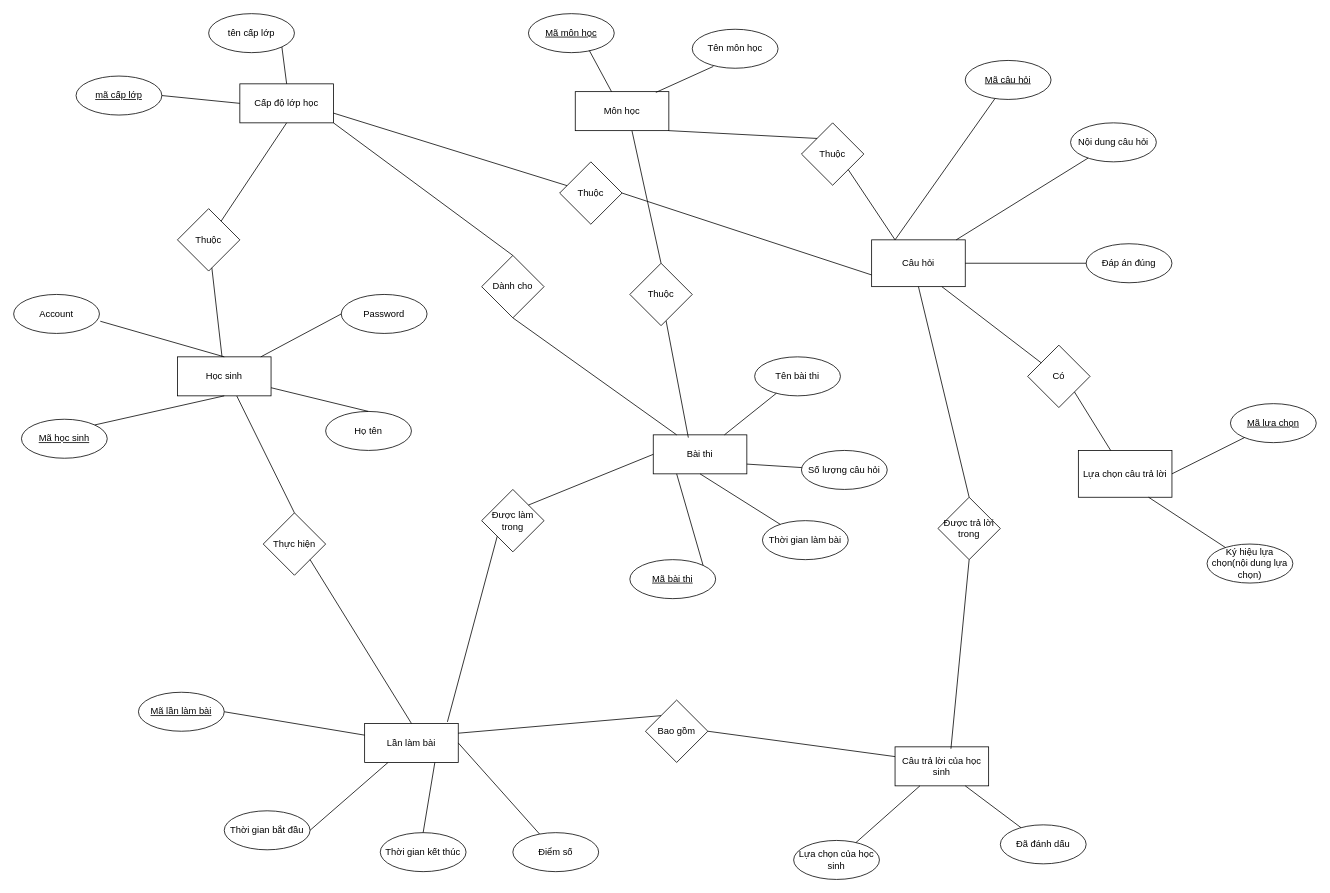
The draw.io diagram Ứng dụng thi trắc nghiệm.drawio in bomnguyen1907/draw_database, before the edit. Source tidied: cells renumbered, new cells numbered last; positions are measured from the earlier drawing's top-left corner, leaving out a move shared by most shapes. Both pictures are drawn from the tidied source at 78%, with x=0, y=0 at pixel (13, 13).
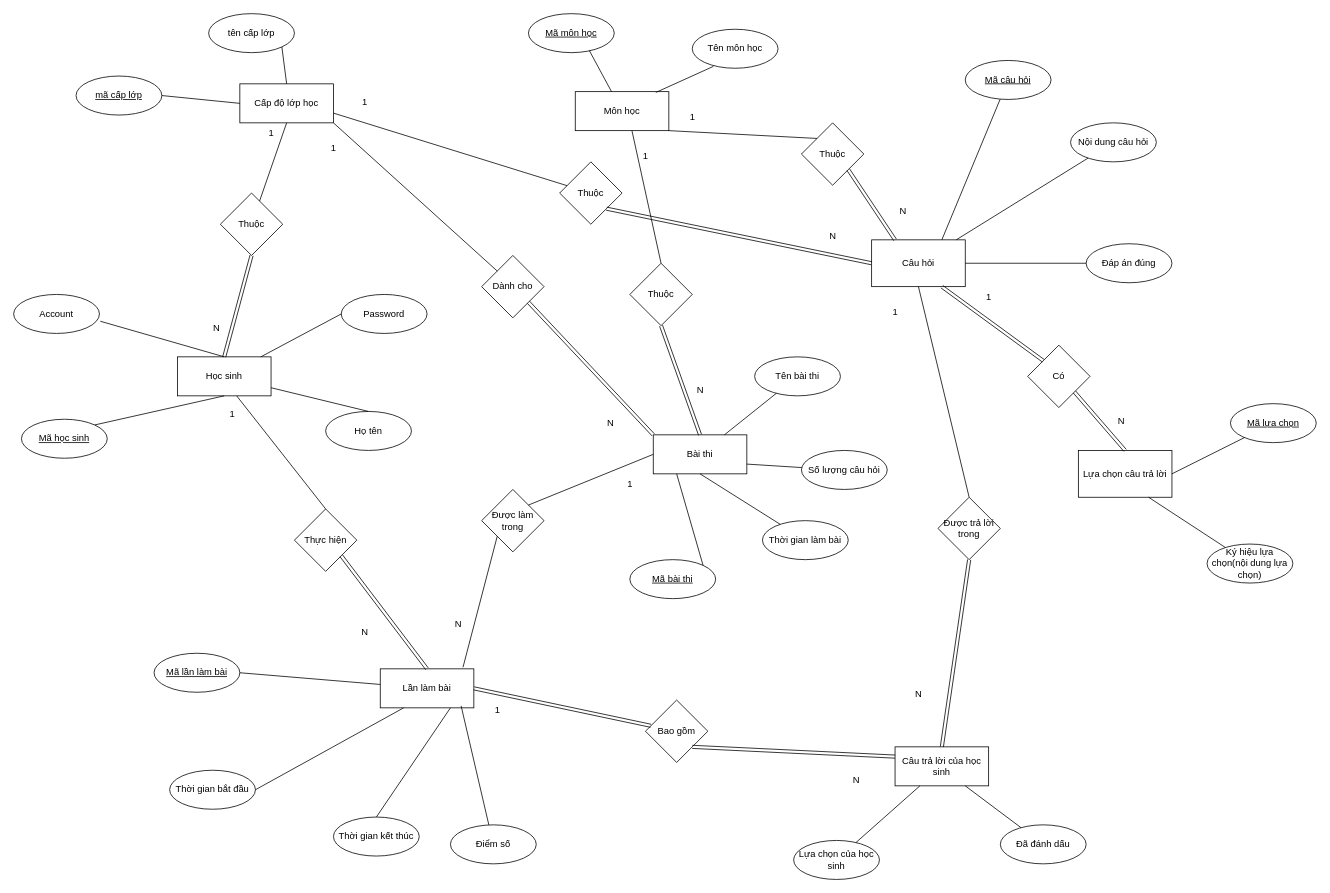
Above is the later version.

Commit message:
Cập nhật Ứng dụng thi trắc nghiệm.drawio

The change refers to these unchanged cells:
```xml
<mxCell id="2" value="Cấp độ lớp học" style="rounded=0;whiteSpace=wrap;html=1;" parent="1" vertex="1">
  <mxGeometry x="290" y="90" width="120" height="50" as="geometry" />
</mxCell>
<mxCell id="8" value="Học sinh" style="rounded=0;whiteSpace=wrap;html=1;" parent="1" vertex="1">
  <mxGeometry x="210" y="440" width="120" height="50" as="geometry" />
</mxCell>
<mxCell id="21" value="Bài thi" style="rounded=0;whiteSpace=wrap;html=1;" parent="1" vertex="1">
  <mxGeometry x="820" y="540" width="120" height="50" as="geometry" />
</mxCell>
<mxCell id="26" value="Câu hỏi" style="rounded=0;whiteSpace=wrap;html=1;" parent="1" vertex="1">
  <mxGeometry x="1100" y="290" width="120" height="60" as="geometry" />
</mxCell>
<mxCell id="31" value="&lt;u&gt;Mã câu hỏi&lt;/u&gt;" style="ellipse;whiteSpace=wrap;html=1;" parent="1" vertex="1">
  <mxGeometry x="1220" y="60" width="110" height="50" as="geometry" />
</mxCell>
<mxCell id="37" value="Lựa chọn câu trả lời" style="rounded=0;whiteSpace=wrap;html=1;" parent="1" vertex="1">
  <mxGeometry x="1365" y="560" width="120" height="60" as="geometry" />
</mxCell>
<mxCell id="45" value="Câu trả lời của học sinh" style="rounded=0;whiteSpace=wrap;html=1;" parent="1" vertex="1">
  <mxGeometry x="1130" y="940" width="120" height="50" as="geometry" />
</mxCell>
<mxCell id="61" value="Thuộc" style="rhombus;whiteSpace=wrap;html=1;" parent="1" vertex="1">
  <mxGeometry x="790" y="320" width="80" height="80" as="geometry" />
</mxCell>
<mxCell id="63" value="Dành cho" style="rhombus;whiteSpace=wrap;html=1;" parent="1" vertex="1">
  <mxGeometry x="600" y="310" width="80" height="80" as="geometry" />
</mxCell>
<mxCell id="66" value="Thuộc" style="rhombus;whiteSpace=wrap;html=1;" parent="1" vertex="1">
  <mxGeometry x="1010" y="140" width="80" height="80" as="geometry" />
</mxCell>
<mxCell id="69" value="Thuộc" style="rhombus;whiteSpace=wrap;html=1;" parent="1" vertex="1">
  <mxGeometry x="700" y="190" width="80" height="80" as="geometry" />
</mxCell>
<mxCell id="72" value="Có" style="rhombus;whiteSpace=wrap;html=1;" parent="1" vertex="1">
  <mxGeometry x="1300" y="425" width="80" height="80" as="geometry" />
</mxCell>
<mxCell id="81" value="Bao gồm" style="rhombus;whiteSpace=wrap;html=1;" parent="1" vertex="1">
  <mxGeometry x="810" y="880" width="80" height="80" as="geometry" />
</mxCell>
```

Change to the diagram source:
```diff
@@
-    <mxCell id="34" style="endArrow=none;html=1;rounded=0;exitX=0.25;exitY=0;exitDx=0;exitDy=0;" parent="1" edge="1" source="26" target="31">
+    <mxCell id="34" style="endArrow=none;html=1;rounded=0;exitX=0.75;exitY=0;exitDx=0;exitDy=0;" parent="1" edge="1" source="26" target="31">
       <mxGeometry relative="1" as="geometry" />
     </mxCell>
@@
     <mxCell id="40" value="Lần làm bài" style="rounded=0;whiteSpace=wrap;html=1;" parent="1" vertex="1">
-      <mxGeometry x="450" y="910" width="120" height="50" as="geometry" />
+      <mxGeometry x="470" y="840" width="120" height="50" as="geometry" />
     </mxCell>
     <mxCell id="41" value="&lt;u&gt;Mã lần làm bài&lt;/u&gt;" style="ellipse;whiteSpace=wrap;html=1;" parent="1" vertex="1">
-      <mxGeometry x="160" y="870" width="110" height="50" as="geometry" />
+      <mxGeometry x="180" y="820" width="110" height="50" as="geometry" />
     </mxCell>
     <mxCell id="42" value="Thời gian bắt đầu" style="ellipse;whiteSpace=wrap;html=1;" parent="1" vertex="1">
-      <mxGeometry x="270" y="1022" width="110" height="50" as="geometry" />
+      <mxGeometry x="200" y="970" width="110" height="50" as="geometry" />
     </mxCell>
     <mxCell id="43" value="Thời gian kết thúc" style="ellipse;whiteSpace=wrap;html=1;" parent="1" vertex="1">
-      <mxGeometry x="470" y="1050" width="110" height="50" as="geometry" />
+      <mxGeometry x="410" y="1030" width="110" height="50" as="geometry" />
     </mxCell>
     <mxCell id="44" value="Điểm số" style="ellipse;whiteSpace=wrap;html=1;" parent="1" vertex="1">
-      <mxGeometry x="640" y="1050" width="110" height="50" as="geometry" />
+      <mxGeometry x="560" y="1040" width="110" height="50" as="geometry" />
     </mxCell>
@@
-    <mxCell id="48" style="endArrow=none;html=1;rounded=0;entryX=1;entryY=0.5;entryDx=0;entryDy=0;" parent="1" edge="1" source="44" target="40">
+    <mxCell id="48" style="endArrow=none;html=1;rounded=0;entryX=0.864;entryY=0.949;entryDx=0;entryDy=0;entryPerimeter=0;" parent="1" edge="1" source="44" target="40">
       <mxGeometry relative="1" as="geometry" />
     </mxCell>
@@
     <mxCell id="57" value="Thuộc" style="rhombus;whiteSpace=wrap;html=1;" parent="1" vertex="1">
-      <mxGeometry x="210" y="250" width="80" height="80" as="geometry" />
+      <mxGeometry x="265" y="230" width="80" height="80" as="geometry" />
     </mxCell>
-    <mxCell id="58" style="endArrow=none;html=1;rounded=0;" parent="1" edge="1" source="8" target="57">
-      <mxGeometry relative="1" as="geometry" />
-    </mxCell>
@@
-    <mxCell id="60" style="endArrow=none;html=1;rounded=0;exitX=0.375;exitY=0.071;exitDx=0;exitDy=0;exitPerimeter=0;" parent="1" edge="1" source="21" target="61">
-      <mxGeometry relative="1" as="geometry" />
-    </mxCell>
@@
-    <mxCell id="64" style="endArrow=none;html=1;rounded=0;exitX=1;exitY=1;exitDx=0;exitDy=0;entryX=0.5;entryY=0;entryDx=0;entryDy=0;" parent="1" edge="1" source="2" target="63">
+    <mxCell id="64" style="endArrow=none;html=1;rounded=0;exitX=1;exitY=1;exitDx=0;exitDy=0;entryX=0;entryY=0;entryDx=0;entryDy=0;" parent="1" edge="1" source="2" target="63">
       <mxGeometry relative="1" as="geometry" />
     </mxCell>
-    <mxCell id="65" style="endArrow=none;html=1;rounded=0;entryX=0.5;entryY=1;entryDx=0;entryDy=0;exitX=0.25;exitY=0;exitDx=0;exitDy=0;" parent="1" edge="1" source="21" target="63">
-      <mxGeometry relative="1" as="geometry" />
-    </mxCell>
@@
-    <mxCell id="68" style="endArrow=none;html=1;rounded=0;entryX=0.25;entryY=0;entryDx=0;entryDy=0;exitX=1;exitY=1;exitDx=0;exitDy=0;" parent="1" edge="1" source="66" target="26">
-      <mxGeometry relative="1" as="geometry" />
-    </mxCell>
@@
-    <mxCell id="71" style="endArrow=none;html=1;rounded=0;entryX=0;entryY=0.75;entryDx=0;entryDy=0;exitX=1;exitY=0.5;exitDx=0;exitDy=0;" parent="1" edge="1" source="69" target="26">
-      <mxGeometry relative="1" as="geometry" />
-    </mxCell>
@@
-    <mxCell id="73" style="endArrow=none;html=1;rounded=0;entryX=0.75;entryY=1;entryDx=0;entryDy=0;" parent="1" edge="1" source="72" target="26">
-      <mxGeometry relative="1" as="geometry" />
-    </mxCell>
-    <mxCell id="74" style="endArrow=none;html=1;rounded=0;exitX=1;exitY=1;exitDx=0;exitDy=0;" parent="1" edge="1" source="72" target="37">
-      <mxGeometry relative="1" as="geometry" />
-    </mxCell>
     <mxCell id="75" value="Thực hiện" style="rhombus;whiteSpace=wrap;html=1;" parent="1" vertex="1">
-      <mxGeometry x="320" y="640" width="80" height="80" as="geometry" />
+      <mxGeometry x="360" y="635" width="80" height="80" as="geometry" />
     </mxCell>
@@
-    <mxCell id="77" style="endArrow=none;html=1;rounded=0;exitX=1;exitY=1;exitDx=0;exitDy=0;entryX=0.5;entryY=0;entryDx=0;entryDy=0;" parent="1" edge="1" source="75" target="40">
-      <mxGeometry relative="1" as="geometry" />
-    </mxCell>
@@
-    <mxCell id="82" style="endArrow=none;html=1;rounded=0;entryX=1;entryY=0.25;entryDx=0;entryDy=0;exitX=0;exitY=0;exitDx=0;exitDy=0;" parent="1" edge="1" source="81" target="40">
-      <mxGeometry relative="1" as="geometry" />
-    </mxCell>
+    <mxCell id="84" value="Được trả lời trong" style="rhombus;whiteSpace=wrap;html=1;" parent="1" vertex="1">
+      <mxGeometry x="1185" y="620" width="80" height="80" as="geometry" />
+    </mxCell>
+    <mxCell id="86" style="endArrow=none;html=1;rounded=0;entryX=0.5;entryY=1;entryDx=0;entryDy=0;exitX=0.5;exitY=0;exitDx=0;exitDy=0;" parent="1" edge="1" source="84" target="26">
+      <mxGeometry relative="1" as="geometry" />
+    </mxCell>
+    <mxCell id="87" style="shape=link;html=1;rounded=0;exitX=0.5;exitY=1;exitDx=0;exitDy=0;entryX=0.5;entryY=0;entryDx=0;entryDy=0;" parent="1" edge="1" source="57" target="8">
+      <mxGeometry relative="1" as="geometry" />
+    </mxCell>
+    <mxCell id="88" style="shape=link;html=1;rounded=0;exitX=0.5;exitY=1;exitDx=0;exitDy=0;entryX=0.5;entryY=0;entryDx=0;entryDy=0;" parent="1" edge="1" source="61" target="21">
+      <mxGeometry relative="1" as="geometry" />
+    </mxCell>
+    <mxCell id="89" style="shape=link;html=1;rounded=0;entryX=0;entryY=0;entryDx=0;entryDy=0;exitX=1;exitY=1;exitDx=0;exitDy=0;" parent="1" edge="1" source="63" target="21">
+      <mxGeometry relative="1" as="geometry" />
+    </mxCell>
+    <mxCell id="90" style="shape=link;html=1;rounded=0;entryX=1;entryY=1;entryDx=0;entryDy=0;exitX=0.25;exitY=0;exitDx=0;exitDy=0;" parent="1" edge="1" source="26" target="66">
+      <mxGeometry relative="1" as="geometry" />
+    </mxCell>
+    <mxCell id="71" style="shape=link;html=1;rounded=0;exitX=1;exitY=1;exitDx=0;exitDy=0;entryX=0;entryY=0.5;entryDx=0;entryDy=0;" parent="1" edge="1" source="69" target="26">
+      <mxGeometry relative="1" as="geometry" />
+    </mxCell>
+    <mxCell id="73" style="shape=link;html=1;rounded=0;entryX=0.75;entryY=1;entryDx=0;entryDy=0;exitX=0;exitY=0;exitDx=0;exitDy=0;" parent="1" edge="1" source="72" target="26">
+      <mxGeometry relative="1" as="geometry" />
+    </mxCell>
+    <mxCell id="74" style="shape=link;html=1;rounded=0;exitX=1;exitY=1;exitDx=0;exitDy=0;entryX=0.5;entryY=0;entryDx=0;entryDy=0;" parent="1" edge="1" source="72" target="37">
+      <mxGeometry relative="1" as="geometry" />
+    </mxCell>
+    <mxCell id="77" style="shape=link;html=1;rounded=0;exitX=1;exitY=1;exitDx=0;exitDy=0;entryX=0.5;entryY=0;entryDx=0;entryDy=0;" parent="1" edge="1" source="75" target="40">
+      <mxGeometry relative="1" as="geometry" />
+    </mxCell>
-    <mxCell id="83" style="endArrow=none;html=1;rounded=0;entryX=0;entryY=0.25;entryDx=0;entryDy=0;exitX=1;exitY=0.5;exitDx=0;exitDy=0;" parent="1" edge="1" source="81" target="45">
+    <mxCell id="83" style="shape=link;html=1;rounded=0;entryX=0;entryY=0.25;entryDx=0;entryDy=0;exitX=1;exitY=1;exitDx=0;exitDy=0;" parent="1" edge="1" source="81" target="45">
       <mxGeometry relative="1" as="geometry" />
     </mxCell>
-    <mxCell id="84" value="Được trả lời trong" style="rhombus;whiteSpace=wrap;html=1;" parent="1" vertex="1">
-      <mxGeometry x="1185" y="620" width="80" height="80" as="geometry" />
-    </mxCell>
+    <mxCell id="91" style="shape=link;html=1;rounded=0;exitX=1;exitY=0.5;exitDx=0;exitDy=0;" parent="1" edge="1" source="40" target="81">
+      <mxGeometry relative="1" as="geometry" />
+    </mxCell>
-    <mxCell id="85" style="endArrow=none;html=1;rounded=0;entryX=0.5;entryY=1;entryDx=0;entryDy=0;exitX=0.597;exitY=0.049;exitDx=0;exitDy=0;exitPerimeter=0;" parent="1" edge="1" source="45" target="84">
+    <mxCell id="85" style="shape=link;html=1;rounded=0;entryX=0.5;entryY=1;entryDx=0;entryDy=0;exitX=0.5;exitY=0;exitDx=0;exitDy=0;" parent="1" edge="1" source="45" target="84">
       <mxGeometry relative="1" as="geometry" />
     </mxCell>
-    <mxCell id="86" style="endArrow=none;html=1;rounded=0;entryX=0.5;entryY=1;entryDx=0;entryDy=0;exitX=0.5;exitY=0;exitDx=0;exitDy=0;" parent="1" edge="1" source="84" target="26">
-      <mxGeometry relative="1" as="geometry" />
-    </mxCell>
+    <mxCell id="92" value="1" style="text;html=1;align=center;verticalAlign=middle;strokeColor=none;fillColor=none;" parent="1" vertex="1">
+      <mxGeometry x="315" y="138" width="30" height="30" as="geometry" />
+    </mxCell>
+    <mxCell id="93" value="N" style="text;html=1;align=center;verticalAlign=middle;strokeColor=none;fillColor=none;" parent="1" vertex="1">
+      <mxGeometry x="245" y="388" width="30" height="30" as="geometry" />
+    </mxCell>
+    <mxCell id="94" value="1" style="text;html=1;align=center;verticalAlign=middle;strokeColor=none;fillColor=none;" parent="1" vertex="1">
+      <mxGeometry x="795" y="168" width="30" height="30" as="geometry" />
+    </mxCell>
+    <mxCell id="95" value="N" style="text;html=1;align=center;verticalAlign=middle;strokeColor=none;fillColor=none;" parent="1" vertex="1">
+      <mxGeometry x="865" y="468" width="30" height="30" as="geometry" />
+    </mxCell>
+    <mxCell id="96" value="1" style="text;html=1;align=center;verticalAlign=middle;strokeColor=none;fillColor=none;" parent="1" vertex="1">
+      <mxGeometry x="395" y="158" width="30" height="30" as="geometry" />
+    </mxCell>
+    <mxCell id="97" value="N" style="text;html=1;align=center;verticalAlign=middle;strokeColor=none;fillColor=none;" parent="1" vertex="1">
+      <mxGeometry x="750" y="510" width="30" height="30" as="geometry" />
+    </mxCell>
+    <mxCell id="98" value="1" style="text;html=1;align=center;verticalAlign=middle;strokeColor=none;fillColor=none;" parent="1" vertex="1">
+      <mxGeometry x="855" y="118" width="30" height="30" as="geometry" />
+    </mxCell>
+    <mxCell id="99" value="N" style="text;html=1;align=center;verticalAlign=middle;strokeColor=none;fillColor=none;" parent="1" vertex="1">
+      <mxGeometry x="1125" y="238" width="30" height="30" as="geometry" />
+    </mxCell>
+    <mxCell id="100" value="1" style="text;html=1;align=center;verticalAlign=middle;strokeColor=none;fillColor=none;" parent="1" vertex="1">
+      <mxGeometry x="435" y="98" width="30" height="30" as="geometry" />
+    </mxCell>
+    <mxCell id="101" value="N" style="text;html=1;align=center;verticalAlign=middle;strokeColor=none;fillColor=none;" parent="1" vertex="1">
+      <mxGeometry x="1035" y="270" width="30" height="30" as="geometry" />
+    </mxCell>
+    <mxCell id="102" value="1" style="text;html=1;align=center;verticalAlign=middle;strokeColor=none;fillColor=none;" parent="1" vertex="1">
+      <mxGeometry x="1235" y="348" width="30" height="30" as="geometry" />
+    </mxCell>
+    <mxCell id="103" value="N" style="text;html=1;align=center;verticalAlign=middle;strokeColor=none;fillColor=none;" parent="1" vertex="1">
+      <mxGeometry x="1405" y="508" width="30" height="30" as="geometry" />
+    </mxCell>
+    <mxCell id="104" value="1" style="text;html=1;align=center;verticalAlign=middle;strokeColor=none;fillColor=none;" parent="1" vertex="1">
+      <mxGeometry x="265" y="498" width="30" height="30" as="geometry" />
+    </mxCell>
+    <mxCell id="105" value="N" style="text;html=1;align=center;verticalAlign=middle;strokeColor=none;fillColor=none;" parent="1" vertex="1">
+      <mxGeometry x="435" y="778" width="30" height="30" as="geometry" />
+    </mxCell>
+    <mxCell id="106" value="1" style="text;html=1;align=center;verticalAlign=middle;strokeColor=none;fillColor=none;" parent="1" vertex="1">
+      <mxGeometry x="775" y="588" width="30" height="30" as="geometry" />
+    </mxCell>
+    <mxCell id="107" value="N" style="text;html=1;align=center;verticalAlign=middle;strokeColor=none;fillColor=none;" parent="1" vertex="1">
+      <mxGeometry x="555" y="768" width="30" height="30" as="geometry" />
+    </mxCell>
+    <mxCell id="108" value="1" style="text;html=1;align=center;verticalAlign=middle;strokeColor=none;fillColor=none;" parent="1" vertex="1">
+      <mxGeometry x="605" y="878" width="30" height="30" as="geometry" />
+    </mxCell>
+    <mxCell id="109" value="N" style="text;html=1;align=center;verticalAlign=middle;strokeColor=none;fillColor=none;" parent="1" vertex="1">
+      <mxGeometry x="1065" y="968" width="30" height="30" as="geometry" />
+    </mxCell>
+    <mxCell id="110" value="1" style="text;html=1;align=center;verticalAlign=middle;strokeColor=none;fillColor=none;" parent="1" vertex="1">
+      <mxGeometry x="1115" y="368" width="30" height="30" as="geometry" />
+    </mxCell>
+    <mxCell id="111" value="N" style="text;html=1;align=center;verticalAlign=middle;strokeColor=none;fillColor=none;" parent="1" vertex="1">
+      <mxGeometry x="1145" y="858" width="30" height="30" as="geometry" />
+    </mxCell>
```
